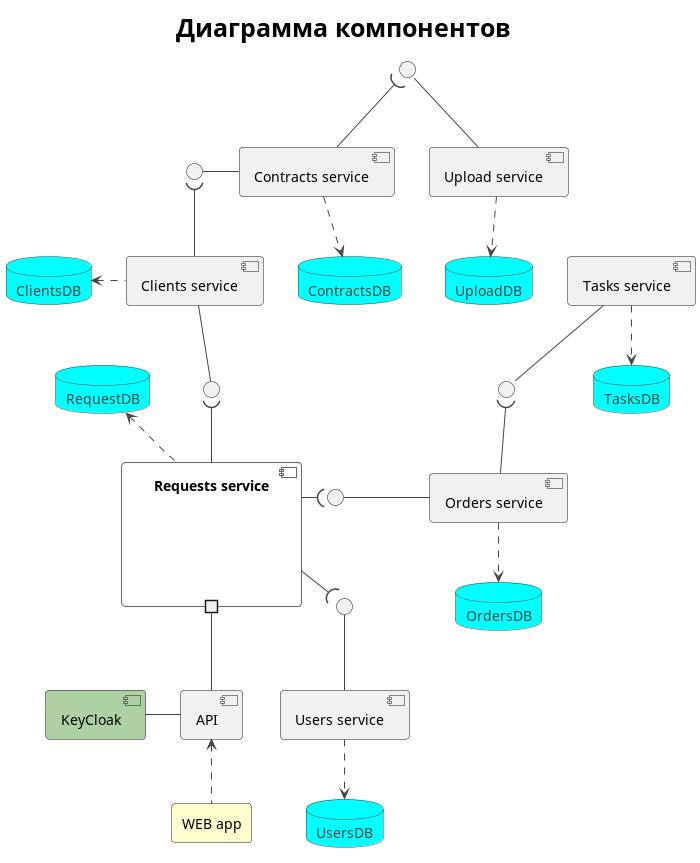
mrr000/gb-coursework keeps this PlantUML diagram as components/components2.png. Above is the earlier version.
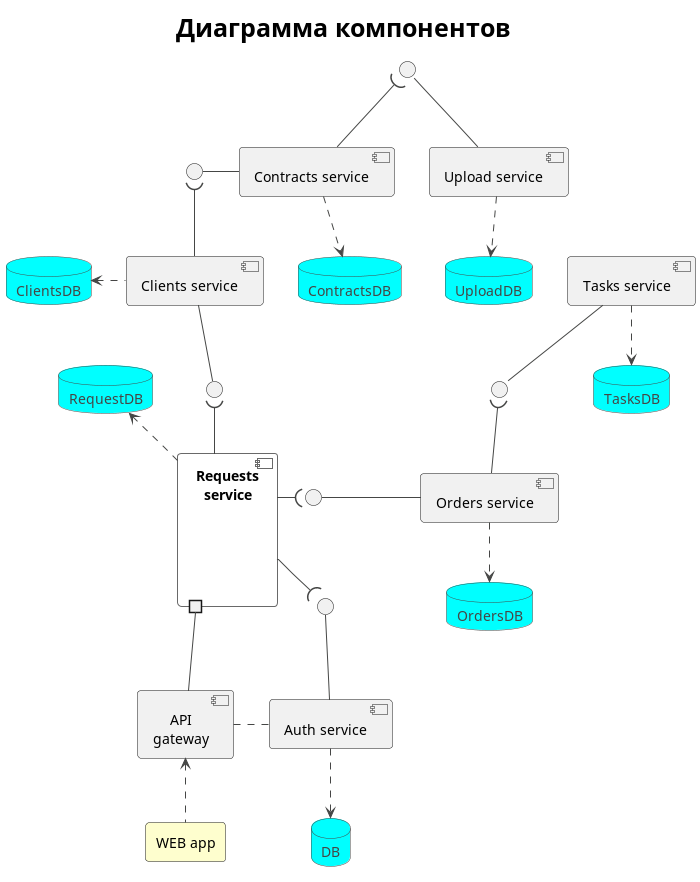
After the commit.

The edit, as a diff of the source:
```diff
@@ -22,11 +22,11 @@
 interface " " as I_Contract
 interface " " as I_Users
 
-component "Requests service" as Request {
+component "Requests\nservice" as Request {
   portout " " as p0
 }
 
-[Users service] as Users
+[Auth service] as Users
 [Clients service] as Clients
 [Orders service] as Orders
 [Tasks service] as Tasks
@@ -34,12 +34,14 @@
 [Contracts service] as Contracts
 
 
+component "API\ngateway" as API
 p0 -down- [API]
 
 rectangle "WEB app" as WEB #FEFECE
-component [KeyCloak] as keyCloak #ADD1A2
-[API] -left- keyCloak
 [API] <.. WEB
+
+[API] .right. Users
+
 
 
 Orders -left- I_Orders
@@ -66,8 +68,8 @@
 database RequestDB
 Request .up.> RequestDB
 
-database UsersDB
-Users ..> UsersDB
+database DB
+Users ..> DB
 
 database ClientsDB
 Clients .left.> ClientsDB
```
